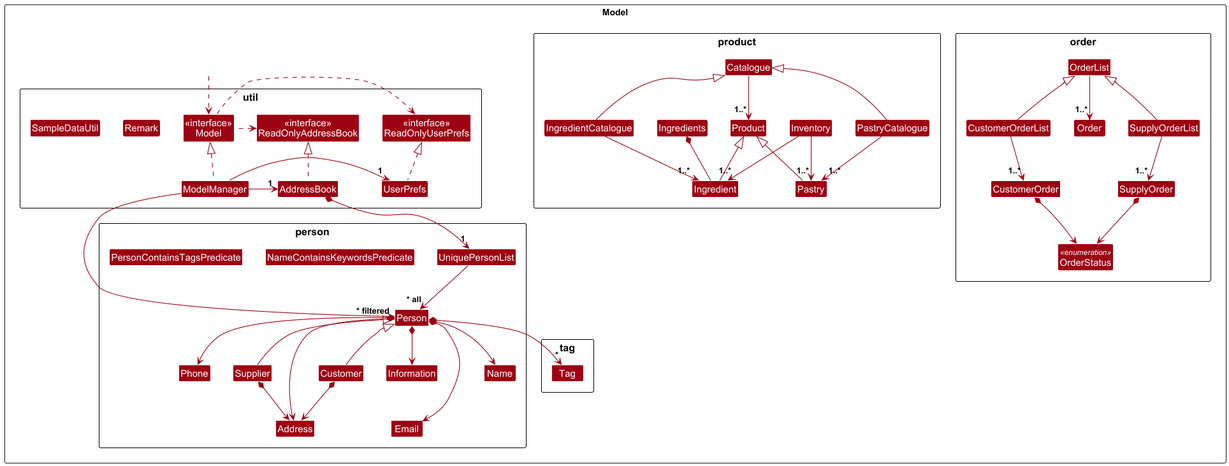
Earlier version of the PlantUML export docs/images/ModelClassDiagram.png (nus-cs2103-AY2425S1/tp).
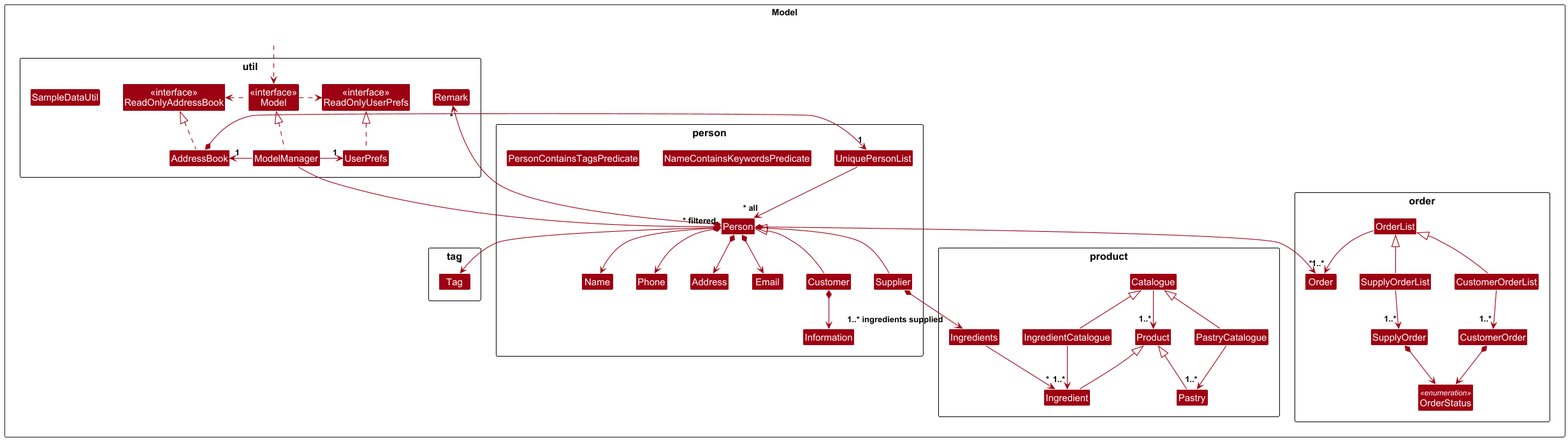
Later version of the same file.

Commit message:
Amend model class diagram image

Diff of the diagram source:
```diff
@@ -34,7 +34,6 @@
         Class Ingredient
         Class IngredientCatalogue
         Class Ingredients
-        Class Inventory
         Class Pastry
         Class PastryCatalogue
         Class Product
@@ -64,12 +63,10 @@
 Ingredient -up-|> Product
 Pastry -up-|> Product
 
-Inventory --> "1..*" Ingredient
-Inventory --> "1..*" Pastry
 IngredientCatalogue --> "1..*" Ingredient
 PastryCatalogue --> "1..*" Pastry
 Catalogue --> "1..*" Product
-Ingredients *-- Ingredient
+Ingredients --> "*" Ingredient
 
 HiddenOutside ..> Model
 
@@ -88,8 +85,9 @@
 Person *--> Phone
 Person *--> Email
 Person *--> Address
-Person *--> Information
+Person *--> "*" Remark
 Person *--> "*" Tag
+Person *--> "*" Order
 
 CustomerOrderList -up-|> OrderList
 SupplyOrderList -up-|> OrderList
@@ -101,8 +99,8 @@
 SupplyOrderList --> "1..*" SupplyOrder
 CustomerOrder *--> OrderStatus
 SupplyOrder *--> OrderStatus
-Customer *--> Address
-Supplier *--> Address
+Customer *--> Information
+Supplier *--> "1..* ingredients supplied" Ingredients
 ModelManager --> "~* filtered" Person
 
 Person -[hidden]up--> I
```
